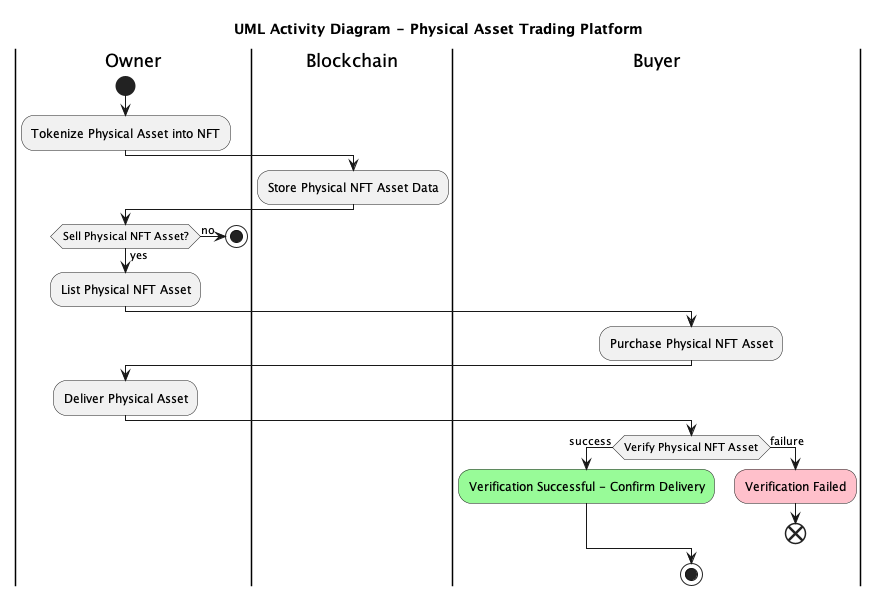
The PlantUML diagram out/src/plantumldiagrams/activity/activity0.png in bee-force/phygital-bee-token2, before a commit.
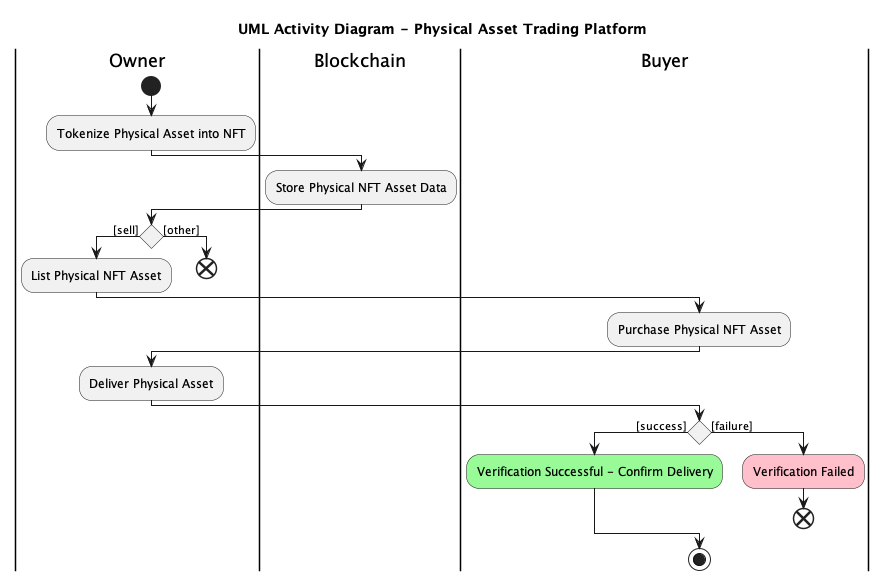
The same file after the commit.

The edit, as a diff of the source:
```diff
@@ -8,19 +8,19 @@
 |Blockchain|
 :Store Physical NFT Asset Data;
 |Owner|
-if (Sell Physical NFT Asset?) then (yes)
+if () then ([sell])
   :List Physical NFT Asset;
-else (no)
-  stop
+else ([other])
+  end
 endif
 |Buyer|
 :Purchase Physical NFT Asset;
 |Owner|
 :Deliver Physical Asset;
 |Buyer|
-if (Verify Physical NFT Asset) then (success)
+if () then ([success])
   #palegreen:Verification Successful - Confirm Delivery;
-else (failure)
+else ([failure])
   #pink:Verification Failed;
   end
 endif
```
